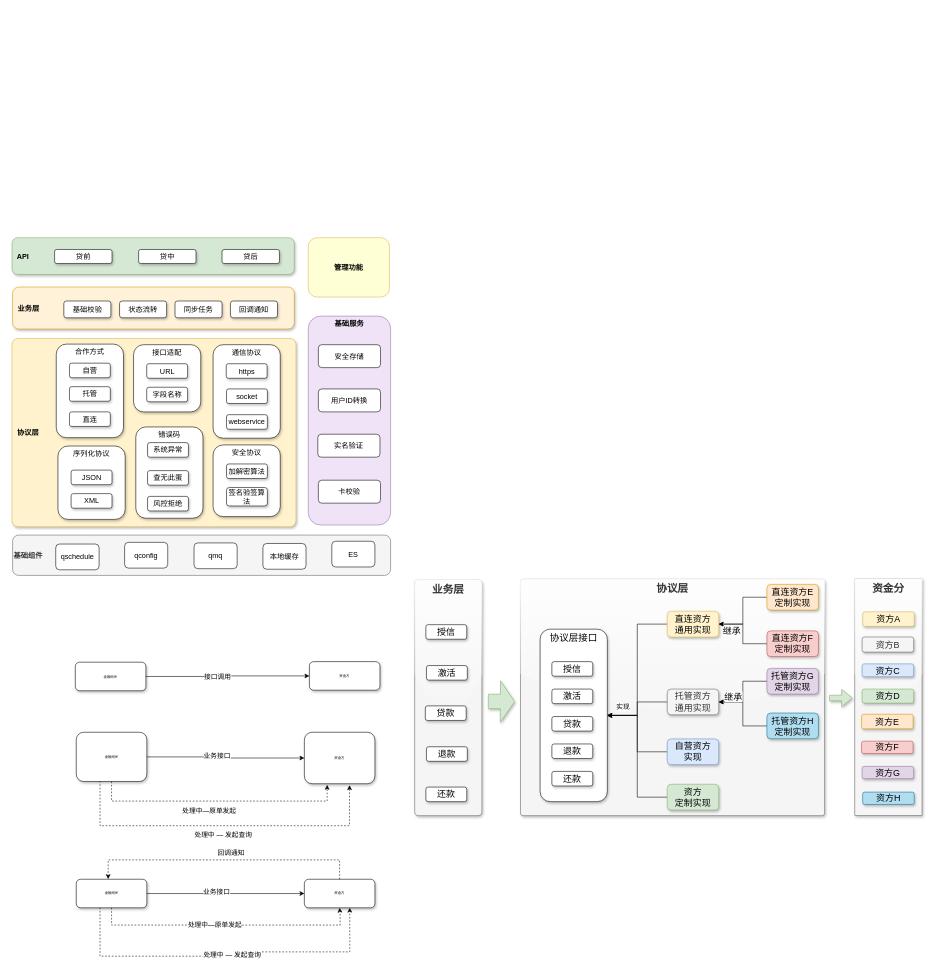
dahuzilaoyaoguai/pict keeps this draw.io diagram as 金融网关.drawio. Above is the earlier version. Source tidied: cells renumbered, new cells numbered last; positions are measured from the earlier drawing's top-left corner, leaving out a move shared by most shapes. Both pictures are drawn from the tidied source at 56%, with x=0, y=0 at pixel (12, 237).
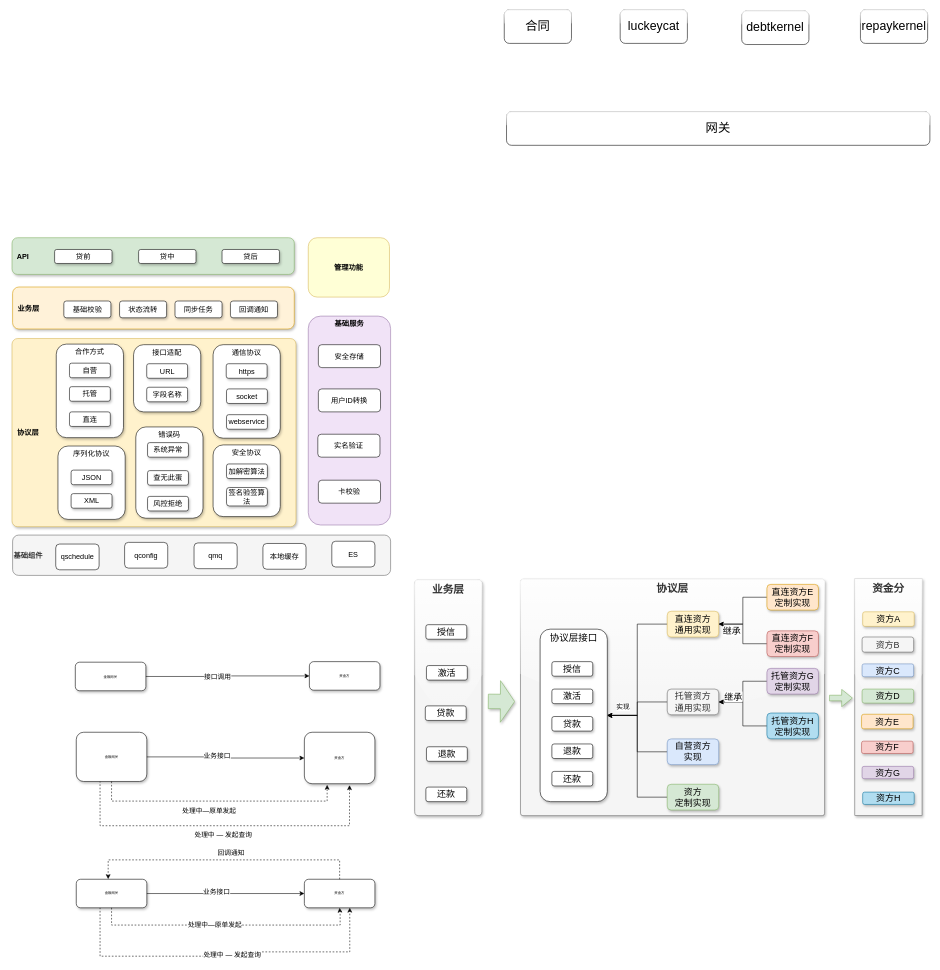
Above is the later version.

Commit message (it also covers changes not shown here):
更新金融网关.drawio

Diff of the diagram source:
```diff
@@
+    <mxCell id="120" value="合同" style="rounded=1;whiteSpace=wrap;html=1;shadow=0;glass=1;comic=0;fontSize=22;align=center;" parent="1" vertex="1">
+      <mxGeometry x="879" y="-407" width="120" height="60" as="geometry" />
+    </mxCell>
+    <mxCell id="121" value="luckeycat" style="rounded=1;whiteSpace=wrap;html=1;shadow=0;glass=1;comic=0;fontSize=22;align=center;" parent="1" vertex="1">
+      <mxGeometry x="1086" y="-407" width="120" height="60" as="geometry" />
+    </mxCell>
+    <mxCell id="122" value="debtkernel" style="rounded=1;whiteSpace=wrap;html=1;shadow=0;glass=1;comic=0;fontSize=22;align=center;" parent="1" vertex="1">
+      <mxGeometry x="1303" y="-405" width="120" height="60" as="geometry" />
+    </mxCell>
+    <mxCell id="123" value="repaykernel" style="rounded=1;whiteSpace=wrap;html=1;shadow=0;glass=1;comic=0;fontSize=22;align=center;" parent="1" vertex="1">
+      <mxGeometry x="1515" y="-407" width="120" height="60" as="geometry" />
+    </mxCell>
+    <mxCell id="124" value="网关" style="rounded=1;whiteSpace=wrap;html=1;shadow=0;glass=1;comic=0;fontSize=22;align=center;" parent="1" vertex="1">
+      <mxGeometry x="883" y="-225" width="756" height="60" as="geometry" />
+    </mxCell>
```
